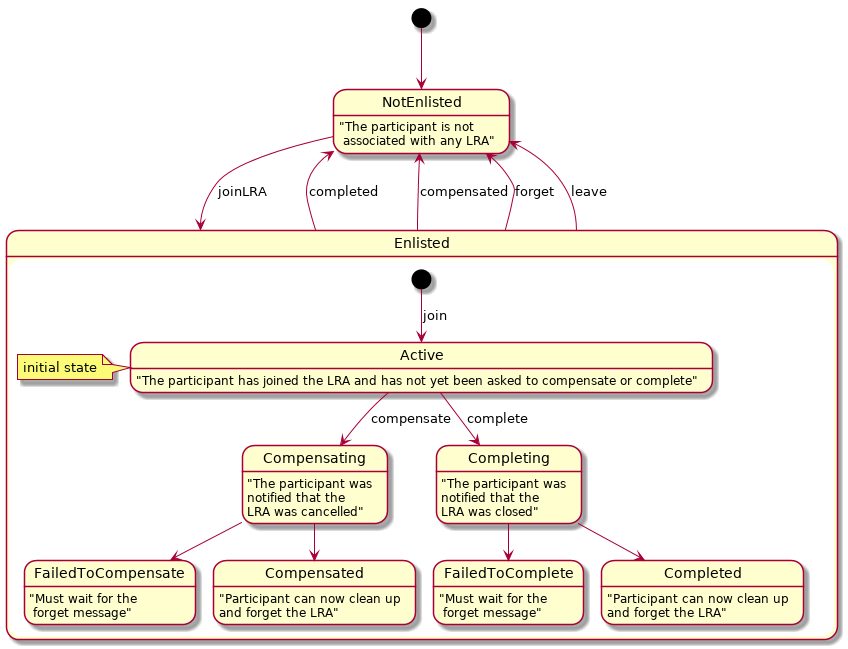
Earlier version of the PlantUML export spec/src/main/asciidoc/images/participant-state-model.png (eclipse/microprofile-lra).
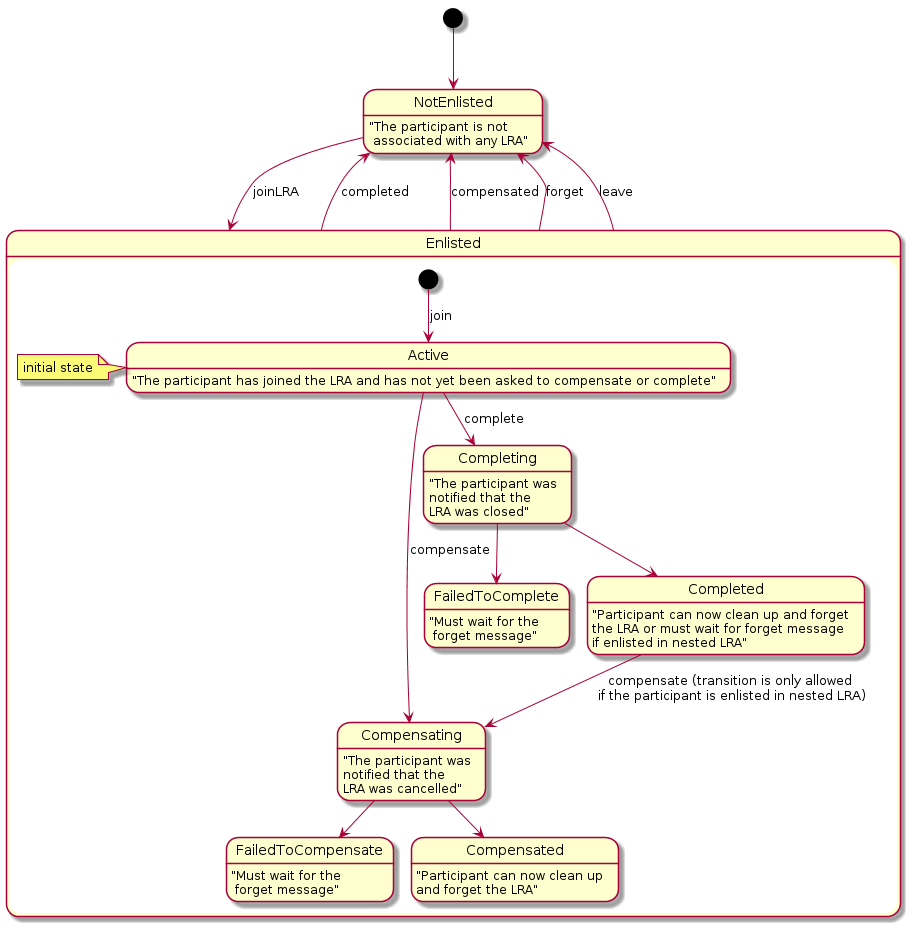
The same diagram one commit later.

Commit message:
issue277 Add nested LRA participant transition from Completed to Compensating to figure 3

Change to the diagram source:
```diff
@@ -26,7 +26,7 @@
   state "Completing" as Completing
   Completing : "The participant was\nnotified that the\nLRA was closed"
   state "Completed" as Completed
-  Completed : "Participant can now clean up\nand forget the LRA"
+  Completed : "Participant can now clean up and forget\nthe LRA or must wait for forget message\nif enlisted in nested LRA"
   state "Compensated" as Compensated
   Compensated : "Participant can now clean up\nand forget the LRA"
 
@@ -36,5 +36,7 @@
   Active --> Completing : complete
   Completing --> Completed
   Completing --> CannotComplete
+
+  Completed --> Compensating : compensate (transition is only allowed \nif the participant is enlisted in nested LRA)
 }
 @enduml
```
